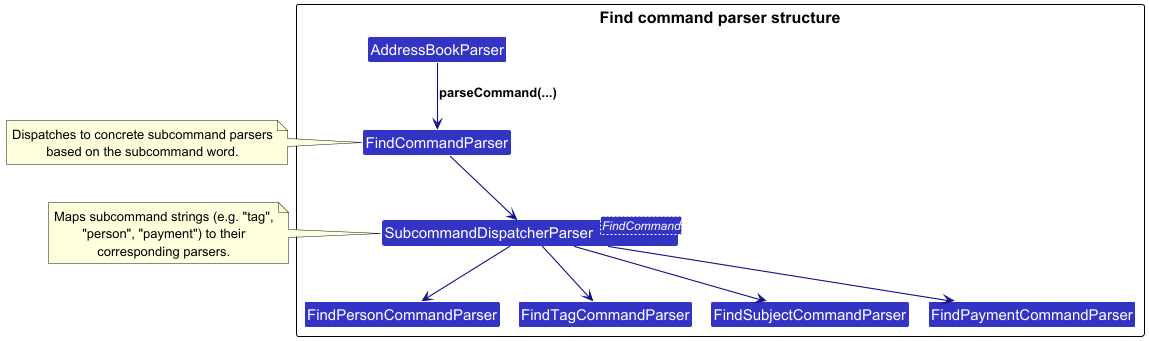
Above: docs/images/FindCommandParserHierachyClassDiagram.png in khayliang/tp (PlantUML), before the change. Source of this version:
```plantuml
@startuml
!include style.puml
!pragma layout smetana
skinparam arrowThickness 1.1
skinparam arrowColor LOGIC_COLOR_T4
skinparam classBackgroundColor LOGIC_COLOR
top to bottom direction

package "Find command parser structure" {

class AddressBookParser
class FindCommandParser
class "SubcommandDispatcherParser<FindCommand>" as Dispatcher

class FindPersonCommandParser
class FindTagCommandParser
class FindSubjectCommandParser
class FindPaymentCommandParser

}

AddressBookParser --> FindCommandParser : parseCommand(...)

FindCommandParser --> Dispatcher

Dispatcher --> FindPersonCommandParser
Dispatcher --> FindTagCommandParser
Dispatcher --> FindSubjectCommandParser
Dispatcher --> FindPaymentCommandParser

note right of FindCommandParser
Dispatches to concrete subcommand parsers
based on the subcommand word.
end note

note right of Dispatcher
Maps subcommand strings (e.g. "tag",
"person", "payment") to their
corresponding parsers.
end note

@enduml
```
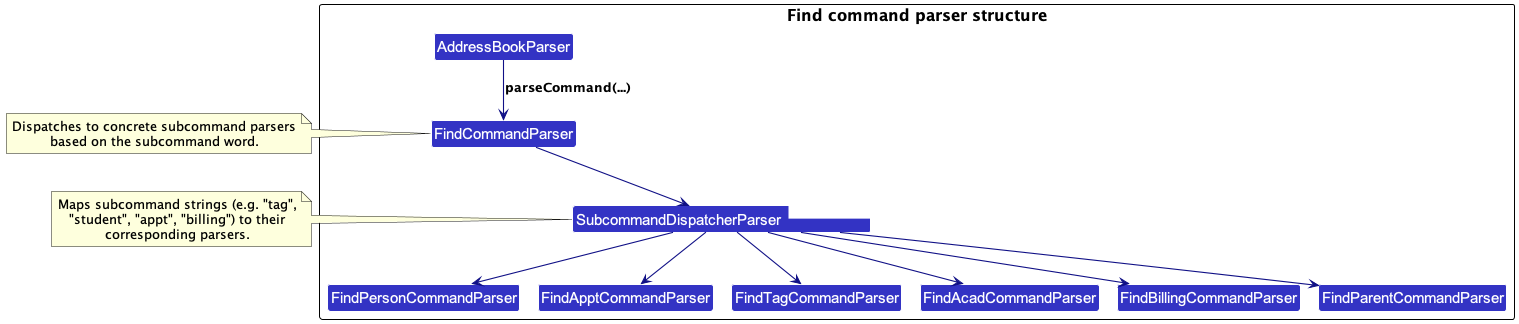
After the change.

Change to the diagram source:
```diff
@@ -13,9 +13,11 @@
 class "SubcommandDispatcherParser<FindCommand>" as Dispatcher
 
 class FindPersonCommandParser
+class FindApptCommandParser
 class FindTagCommandParser
-class FindSubjectCommandParser
-class FindPaymentCommandParser
+class FindAcadCommandParser
+class FindBillingCommandParser
+class FindParentCommandParser
 
 }
 
@@ -24,9 +26,11 @@
 FindCommandParser --> Dispatcher
 
 Dispatcher --> FindPersonCommandParser
+Dispatcher --> FindApptCommandParser
 Dispatcher --> FindTagCommandParser
-Dispatcher --> FindSubjectCommandParser
-Dispatcher --> FindPaymentCommandParser
+Dispatcher --> FindAcadCommandParser
+Dispatcher --> FindBillingCommandParser
+Dispatcher --> FindParentCommandParser
 
 note right of FindCommandParser
 Dispatches to concrete subcommand parsers
@@ -35,7 +39,7 @@
 
 note right of Dispatcher
 Maps subcommand strings (e.g. "tag",
-"person", "payment") to their
+"student", "appt", "billing") to their
 corresponding parsers.
 end note
 
```
